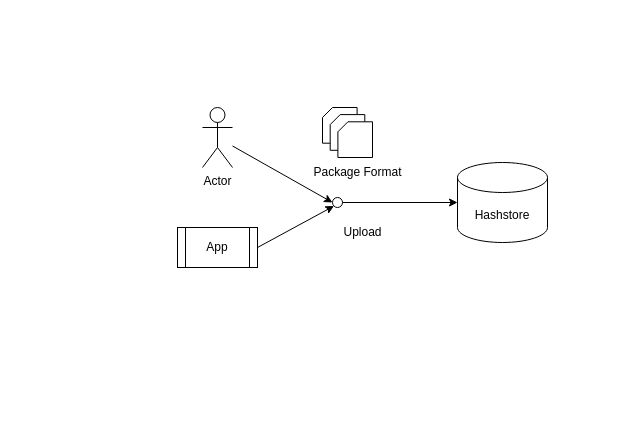
The draw.io diagram large_package_cotntext.drawio in datadavev/large_store_notes, before the edit. Source tidied: cells renumbered, new cells numbered last; positions are measured from the earlier drawing's top-left corner, leaving out a move shared by most shapes. Both pictures are drawn from the tidied source at 100%, with x=0, y=0 at pixel (177, 107).
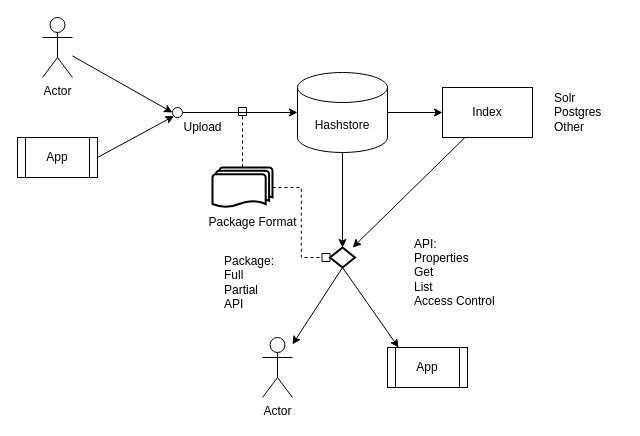
After the change.

Change to the diagram source:
```diff
@@
-    <mxCell id="2" value="Actor" style="shape=umlActor;verticalLabelPosition=bottom;verticalAlign=top;html=1;outlineConnect=0;" parent="1" vertex="1">
-      <mxGeometry x="25" width="30" height="60" as="geometry" />
-    </mxCell>
-    <mxCell id="3" value="App" style="shape=process;whiteSpace=wrap;html=1;backgroundOutline=1;" parent="1" vertex="1">
-      <mxGeometry y="120" width="80" height="40" as="geometry" />
-    </mxCell>
-    <mxCell id="4" style="group;" parent="1" vertex="1">
-      <mxGeometry x="145" width="50" height="50" as="geometry" />
-    </mxCell>
-    <mxCell id="5" style="shape=card;whiteSpace=wrap;html=1;size=10;" parent="4" vertex="1">
-      <mxGeometry width="34.6" height="35.7" as="geometry" />
-    </mxCell>
-    <mxCell id="6" style="shape=card;whiteSpace=wrap;html=1;size=10;" parent="4" vertex="1">
-      <mxGeometry x="7.7" y="7.1" width="34.6" height="35.7" as="geometry" />
-    </mxCell>
-    <mxCell id="7" style="shape=card;whiteSpace=wrap;html=1;size=10;" parent="4" vertex="1">
-      <mxGeometry x="15.4" y="14.3" width="34.6" height="35.7" as="geometry" />
-    </mxCell>
+    <mxCell id="15" value="Actor" style="shape=umlActor;verticalLabelPosition=bottom;verticalAlign=top;html=1;outlineConnect=0;" parent="1" vertex="1">
+      <mxGeometry x="-135" y="-90" width="30" height="60" as="geometry" />
+    </mxCell>
+    <mxCell id="16" value="App" style="shape=process;whiteSpace=wrap;html=1;backgroundOutline=1;" parent="1" vertex="1">
+      <mxGeometry x="-160" y="30" width="80" height="40" as="geometry" />
+    </mxCell>
     <mxCell id="8" value="Hashstore" style="shape=cylinder3;whiteSpace=wrap;html=1;boundedLbl=1;backgroundOutline=1;size=15;" parent="1" vertex="1">
-      <mxGeometry x="280" y="55" width="90" height="80" as="geometry" />
+      <mxGeometry x="120" y="-35" width="90" height="80" as="geometry" />
     </mxCell>
-    <mxCell id="9" style="ellipse;whiteSpace=wrap;html=1;" parent="1" vertex="1">
-      <mxGeometry x="155" y="90" width="10" height="10" as="geometry" />
-    </mxCell>
-    <mxCell id="10" style="endArrow=classic;html=1;rounded=0;entryX=0;entryY=0.5;entryDx=0;entryDy=0;" parent="1" edge="1" source="2" target="9">
-      <mxGeometry relative="1" as="geometry" />
-    </mxCell>
-    <mxCell id="11" style="endArrow=classic;html=1;rounded=0;entryX=0;entryY=1;entryDx=0;entryDy=0;exitX=1;exitY=0.5;exitDx=0;exitDy=0;" parent="1" edge="1" source="3" target="9">
-      <mxGeometry relative="1" as="geometry" />
-    </mxCell>
-    <mxCell id="12" style="endArrow=classic;html=1;rounded=0;entryX=0;entryY=0.5;entryDx=0;entryDy=0;exitX=1;exitY=0.5;exitDx=0;exitDy=0;entryPerimeter=0;" parent="1" edge="1" source="9" target="8">
-      <mxGeometry relative="1" as="geometry" />
-    </mxCell>
+    <mxCell id="17" style="ellipse;whiteSpace=wrap;html=1;" parent="1" vertex="1">
+      <mxGeometry x="-5" width="10" height="10" as="geometry" />
+    </mxCell>
+    <mxCell id="18" style="endArrow=classic;html=1;rounded=0;entryX=0;entryY=0.5;entryDx=0;entryDy=0;" parent="1" edge="1" source="15" target="17">
+      <mxGeometry relative="1" as="geometry" />
+    </mxCell>
+    <mxCell id="19" style="endArrow=classic;html=1;rounded=0;entryX=0;entryY=1;entryDx=0;entryDy=0;exitX=1;exitY=0.5;exitDx=0;exitDy=0;" parent="1" edge="1" source="16" target="17">
+      <mxGeometry relative="1" as="geometry" />
+    </mxCell>
+    <mxCell id="20" style="endArrow=classic;html=1;rounded=0;entryX=0;entryY=0.5;entryDx=0;entryDy=0;exitX=1;exitY=0.5;exitDx=0;exitDy=0;entryPerimeter=0;" parent="1" edge="1" source="17" target="8">
+      <mxGeometry relative="1" as="geometry" />
+    </mxCell>
     <mxCell id="13" value="Upload" style="text;html=1;align=center;verticalAlign=middle;strokeColor=none;fillColor=none;" parent="1" vertex="1">
-      <mxGeometry x="155" y="110" width="60" height="30" as="geometry" />
+      <mxGeometry x="-5" y="5" width="60" height="30" as="geometry" />
     </mxCell>
     <mxCell id="14" value="Package Format" style="text;html=1;align=center;verticalAlign=middle;strokeColor=none;fillColor=none;" parent="1" vertex="1">
-      <mxGeometry x="125" y="50" width="110" height="30" as="geometry" />
+      <mxGeometry x="20" y="100" width="110" height="30" as="geometry" />
     </mxCell>
+    <mxCell id="21" value="Index" style="rounded=0;whiteSpace=wrap;html=1;" parent="1" vertex="1">
+      <mxGeometry x="265" y="-20" width="90" height="50" as="geometry" />
+    </mxCell>
+    <mxCell id="22" style="endArrow=classic;html=1;rounded=0;entryX=0;entryY=0.5;entryDx=0;entryDy=0;exitX=1;exitY=0.5;exitDx=0;exitDy=0;exitPerimeter=0;" parent="1" edge="1" source="8" target="21">
+      <mxGeometry relative="1" as="geometry" />
+    </mxCell>
+    <mxCell id="23" value="Actor" style="shape=umlActor;verticalLabelPosition=bottom;verticalAlign=top;html=1;outlineConnect=0;" parent="1" vertex="1">
+      <mxGeometry x="85" y="230" width="30" height="60" as="geometry" />
+    </mxCell>
+    <mxCell id="24" style="edgeStyle=orthogonalEdgeStyle;rounded=0;jettySize=auto;html=1;endArrow=box;endFill=0;dashed=1;" parent="1" edge="1" source="25">
+      <mxGeometry relative="1" as="geometry">
+        <mxPoint x="65" as="targetPoint" />
+      </mxGeometry>
+    </mxCell>
+    <mxCell id="25" style="strokeWidth=2;html=1;shape=mxgraph.flowchart.multi-document;whiteSpace=wrap;" parent="1" vertex="1">
+      <mxGeometry x="35" y="60" width="60" height="40" as="geometry" />
+    </mxCell>
+    <mxCell id="26" style="strokeWidth=2;html=1;shape=mxgraph.flowchart.decision;whiteSpace=wrap;" parent="1" vertex="1">
+      <mxGeometry x="152.5" y="140" width="25" height="20" as="geometry" />
+    </mxCell>
+    <mxCell id="27" value="App" style="shape=process;whiteSpace=wrap;html=1;backgroundOutline=1;" parent="1" vertex="1">
+      <mxGeometry x="210" y="240" width="80" height="40" as="geometry" />
+    </mxCell>
+    <mxCell id="28" style="endArrow=classic;html=1;rounded=0;exitX=0.5;exitY=1;exitDx=0;exitDy=0;exitPerimeter=0;" parent="1" edge="1" source="8" target="26">
+      <mxGeometry relative="1" as="geometry" />
+    </mxCell>
+    <mxCell id="29" style="endArrow=classic;html=1;rounded=0;exitX=0.25;exitY=1;exitDx=0;exitDy=0;" parent="1" edge="1" source="21" target="26">
+      <mxGeometry relative="1" as="geometry" />
+    </mxCell>
+    <mxCell id="30" style="endArrow=classic;html=1;rounded=0;exitX=0.5;exitY=1;exitDx=0;exitDy=0;exitPerimeter=0;" parent="1" edge="1" source="26" target="23">
+      <mxGeometry relative="1" as="geometry" />
+    </mxCell>
+    <mxCell id="31" style="endArrow=classic;html=1;rounded=0;exitX=0.5;exitY=1;exitDx=0;exitDy=0;exitPerimeter=0;entryX=0.138;entryY=0;entryDx=0;entryDy=0;entryPerimeter=0;" parent="1" edge="1" source="26" target="27">
+      <mxGeometry relative="1" as="geometry" />
+    </mxCell>
+    <mxCell id="32" value="&lt;div&gt;API:&lt;/div&gt;&lt;div&gt;Properties&lt;/div&gt;Get&lt;div&gt;List&lt;/div&gt;&lt;div&gt;Access Control&lt;/div&gt;" style="text;html=1;align=left;verticalAlign=middle;strokeColor=none;fillColor=none;" parent="1" vertex="1">
+      <mxGeometry x="235" y="120" width="100" height="90" as="geometry" />
+    </mxCell>
+    <mxCell id="33" value="Solr&lt;div&gt;Postgres&lt;/div&gt;&lt;div style=&quot;&quot;&gt;Other&lt;/div&gt;" style="text;html=1;align=left;verticalAlign=middle;strokeColor=none;fillColor=none;" parent="1" vertex="1">
+      <mxGeometry x="375" y="-25" width="70" height="60" as="geometry" />
+    </mxCell>
+    <mxCell id="34" style="edgeStyle=orthogonalEdgeStyle;rounded=0;jettySize=auto;html=1;exitX=1;exitY=0.5;exitDx=0;exitDy=0;exitPerimeter=0;entryX=0;entryY=0.5;entryDx=0;entryDy=0;entryPerimeter=0;endArrow=box;endFill=0;dashed=1;" parent="1" edge="1" source="25" target="26">
+      <mxGeometry relative="1" as="geometry" />
+    </mxCell>
+    <mxCell id="35" value="&lt;div&gt;&lt;span style=&quot;background-color: transparent; color: light-dark(rgb(0, 0, 0), rgb(255, 255, 255));&quot;&gt;Package:&lt;/span&gt;&lt;/div&gt;&lt;div&gt;&lt;span style=&quot;background-color: transparent; color: light-dark(rgb(0, 0, 0), rgb(255, 255, 255));&quot;&gt;Full&lt;/span&gt;&lt;/div&gt;&lt;div&gt;Partial&lt;/div&gt;&lt;div&gt;API&lt;/div&gt;" style="text;html=1;align=left;verticalAlign=middle;strokeColor=none;fillColor=none;" parent="1" vertex="1">
+      <mxGeometry x="45" y="140" width="70" height="70" as="geometry" />
+    </mxCell>
```
